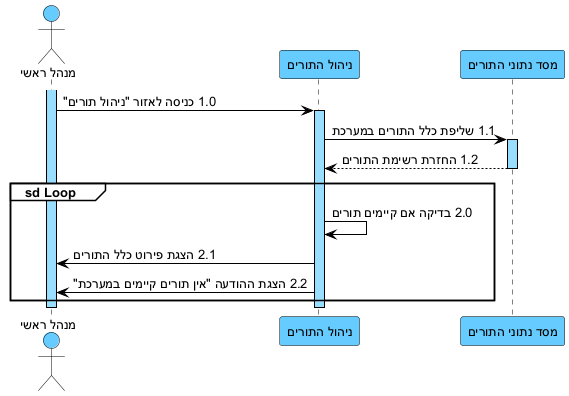
The PlantUML diagram docs/diagrams/png/11-seq-suc11-ניהול-תורים.png in arielkaplan20/GOLDEN_HAIR_SALOAN, before a commit.
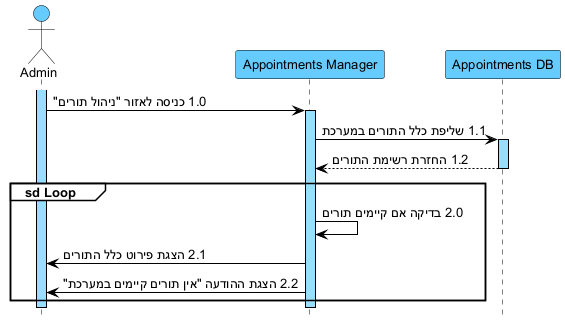
After the commit.

Diff of the diagram source:
```diff
@@ -1,4 +1,5 @@
 @startuml
+hide footbox
 skinparam backgroundColor white
 skinparam defaultFontName Arial
 skinparam defaultFontSize 13
@@ -18,9 +19,9 @@
 GroupHeaderFontColor black
 }
 
-actor "מנהל ראשי" as A
-participant "ניהול התורים" as AM
-participant "מסד נתוני התורים" as DB
+actor "Admin" as A
+participant "Appointments Manager" as AM
+participant "Appointments DB" as DB
 
 activate A
 A -> AM : 1.0 כניסה לאזור "ניהול תורים"
```
